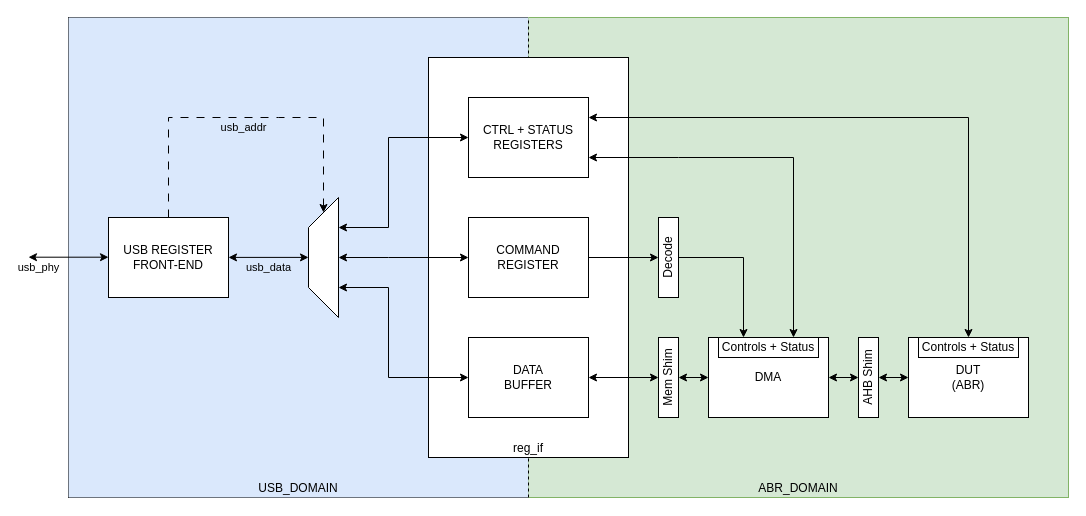
This is fpga/docs/abr_fpga.drawio from T-Szymk/abr-sim_fpga, a draw.io file, before an edit. Source tidied: cells renumbered, new cells numbered last; positions are measured from the earlier drawing's top-left corner, leaving out a move shared by most shapes. Both pictures are drawn from the tidied source at 100%, with x=0, y=0 at pixel (28, 17).
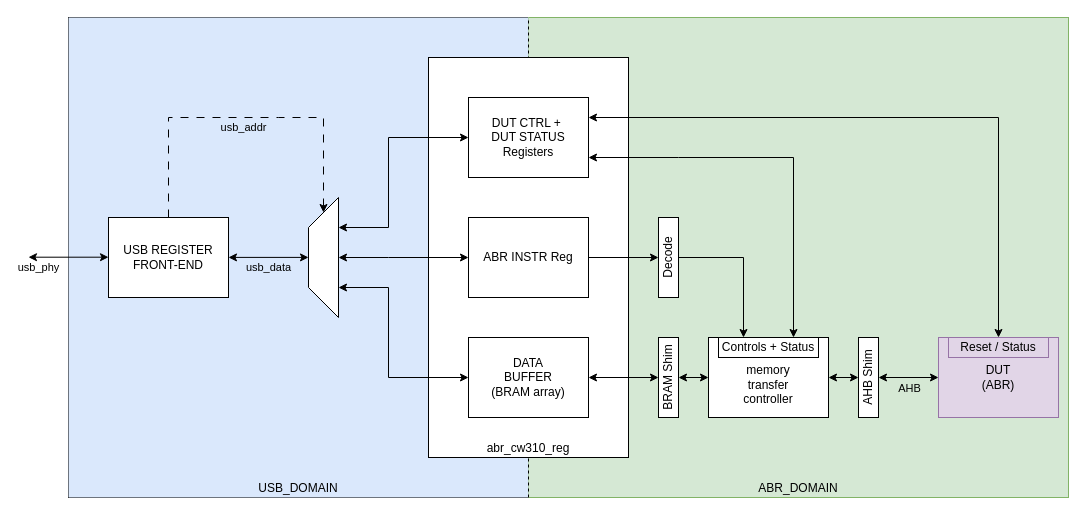
The same diagram, later.

The change refers to these unchanged cells:
```xml
<mxCell id="25" style="edgeStyle=orthogonalEdgeStyle;rounded=0;jettySize=auto;html=1;exitX=1;exitY=0.5;exitDx=0;exitDy=0;entryX=0;entryY=0.5;entryDx=0;entryDy=0;startArrow=classic;startFill=1;" parent="1" edge="1" source="26" target="27">
  <mxGeometry relative="1" as="geometry" />
</mxCell>
```

Diff of the diagram source:
```diff
@@
-    <mxCell id="6" value="reg_if" style="rounded=0;whiteSpace=wrap;html=1;verticalAlign=bottom;" parent="1" vertex="1">
+    <mxCell id="6" value="abr_cw310_reg" style="rounded=0;whiteSpace=wrap;html=1;verticalAlign=bottom;" parent="1" vertex="1">
       <mxGeometry x="400" y="40" width="200" height="400" as="geometry" />
     </mxCell>
@@
-    <mxCell id="8" value="COMMAND&lt;div&gt;REGISTER&lt;/div&gt;" style="rounded=0;whiteSpace=wrap;html=1;" parent="1" vertex="1">
+    <mxCell id="8" value="ABR INSTR Reg" style="rounded=0;whiteSpace=wrap;html=1;" parent="1" vertex="1">
       <mxGeometry x="440" y="200" width="120" height="80" as="geometry" />
     </mxCell>
-    <mxCell id="9" value="CTRL + STATUS&lt;div&gt;REGISTERS&lt;/div&gt;" style="rounded=0;whiteSpace=wrap;html=1;" parent="1" vertex="1">
+    <mxCell id="9" value="DUT CTRL +&amp;nbsp;&lt;div&gt;DUT STATUS&lt;/div&gt;&lt;div&gt;Registers&lt;/div&gt;" style="rounded=0;whiteSpace=wrap;html=1;" parent="1" vertex="1">
       <mxGeometry x="440" y="80" width="120" height="80" as="geometry" />
     </mxCell>
@@
-    <mxCell id="11" value="DATA&lt;div&gt;BUFFER&lt;/div&gt;" style="rounded=0;whiteSpace=wrap;html=1;" parent="1" vertex="1">
+    <mxCell id="11" value="DATA&lt;div&gt;BUFFER&lt;/div&gt;&lt;div&gt;(BRAM array)&lt;/div&gt;" style="rounded=0;whiteSpace=wrap;html=1;" parent="1" vertex="1">
       <mxGeometry x="440" y="320" width="120" height="80" as="geometry" />
     </mxCell>
@@
-    <mxCell id="22" value="DMA" style="rounded=0;whiteSpace=wrap;html=1;" parent="1" vertex="1">
+    <mxCell id="22" value="&lt;div&gt;&lt;br&gt;&lt;/div&gt;memory&lt;div&gt;transfer&lt;/div&gt;&lt;div&gt;controller&lt;/div&gt;" style="rounded=0;whiteSpace=wrap;html=1;" parent="1" vertex="1">
       <mxGeometry x="680" y="320" width="120" height="80" as="geometry" />
     </mxCell>
@@
-    <mxCell id="24" value="Mem Shim" style="rounded=0;whiteSpace=wrap;html=1;verticalAlign=middle;horizontal=0;" parent="1" vertex="1">
+    <mxCell id="24" value="BRAM Shim" style="rounded=0;whiteSpace=wrap;html=1;verticalAlign=middle;horizontal=0;" parent="1" vertex="1">
       <mxGeometry x="630" y="320" width="20" height="80" as="geometry" />
     </mxCell>
@@
+    <mxCell id="33" value="AHB" style="edgeLabel;html=1;align=center;verticalAlign=middle;labelBackgroundColor=none;" parent="25" vertex="1">
+      <mxGeometry x="0.16" y="-1" relative="1" as="geometry">
+        <mxPoint x="-5" y="9" as="offset" />
+      </mxGeometry>
+    </mxCell>
@@
-    <mxCell id="27" value="DUT&lt;div&gt;(ABR)&lt;/div&gt;" style="rounded=0;whiteSpace=wrap;html=1;" parent="1" vertex="1">
-      <mxGeometry x="880" y="320" width="120" height="80" as="geometry" />
+    <mxCell id="27" value="DUT&lt;div&gt;(ABR)&lt;/div&gt;" style="rounded=0;whiteSpace=wrap;html=1;fillColor=#e1d5e7;strokeColor=#9673a6;" parent="1" vertex="1">
+      <mxGeometry x="910" y="320" width="120" height="80" as="geometry" />
     </mxCell>
@@
-    <mxCell id="32" value="Controls + Status" style="rounded=0;whiteSpace=wrap;html=1;verticalAlign=middle;horizontal=1;" parent="1" vertex="1">
-      <mxGeometry x="890" y="320" width="100" height="20" as="geometry" />
+    <mxCell id="32" value="Reset / Status" style="rounded=0;whiteSpace=wrap;html=1;verticalAlign=middle;horizontal=1;fillColor=#e1d5e7;strokeColor=#9673a6;" parent="1" vertex="1">
+      <mxGeometry x="920" y="320" width="100" height="20" as="geometry" />
     </mxCell>
```
